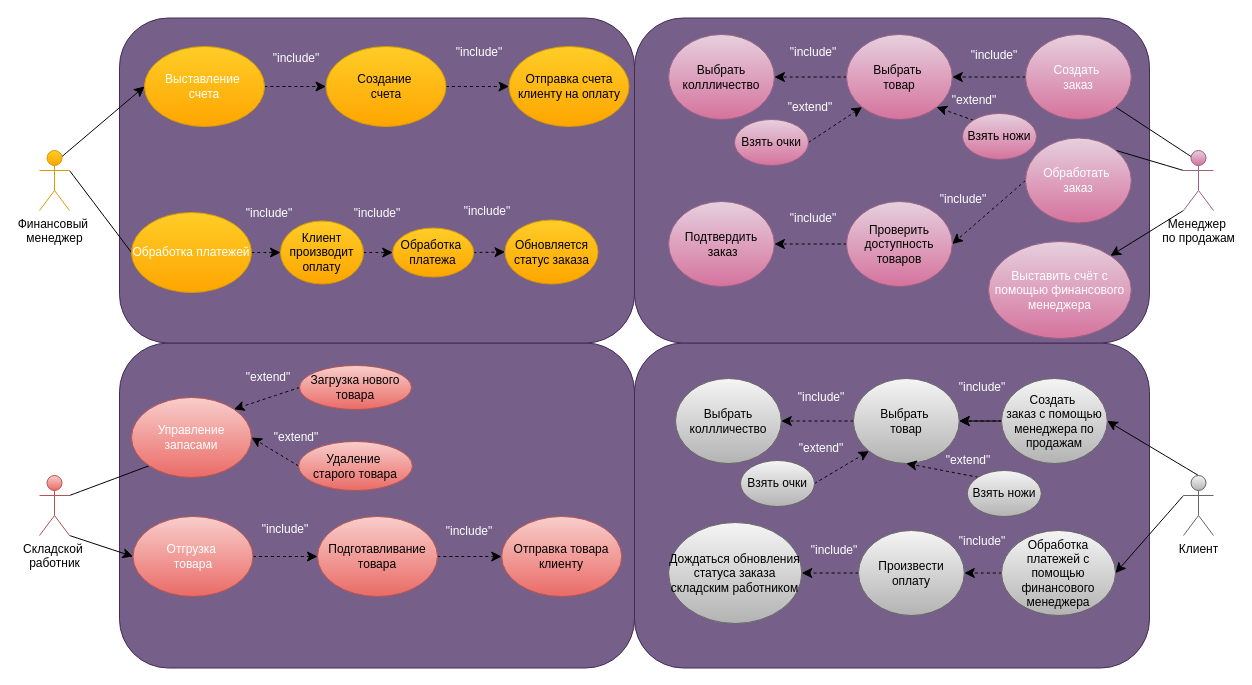
Earlier version of the draw.io diagram Pract2.drawio (Helpmepleaseitishard/Aikms). Source tidied: cells renumbered, new cells numbered last; positions are measured from the earlier drawing's top-left corner, leaving out a move shared by most shapes. Both pictures are drawn from the tidied source at 100%, with x=0, y=0 at pixel (39, 17).
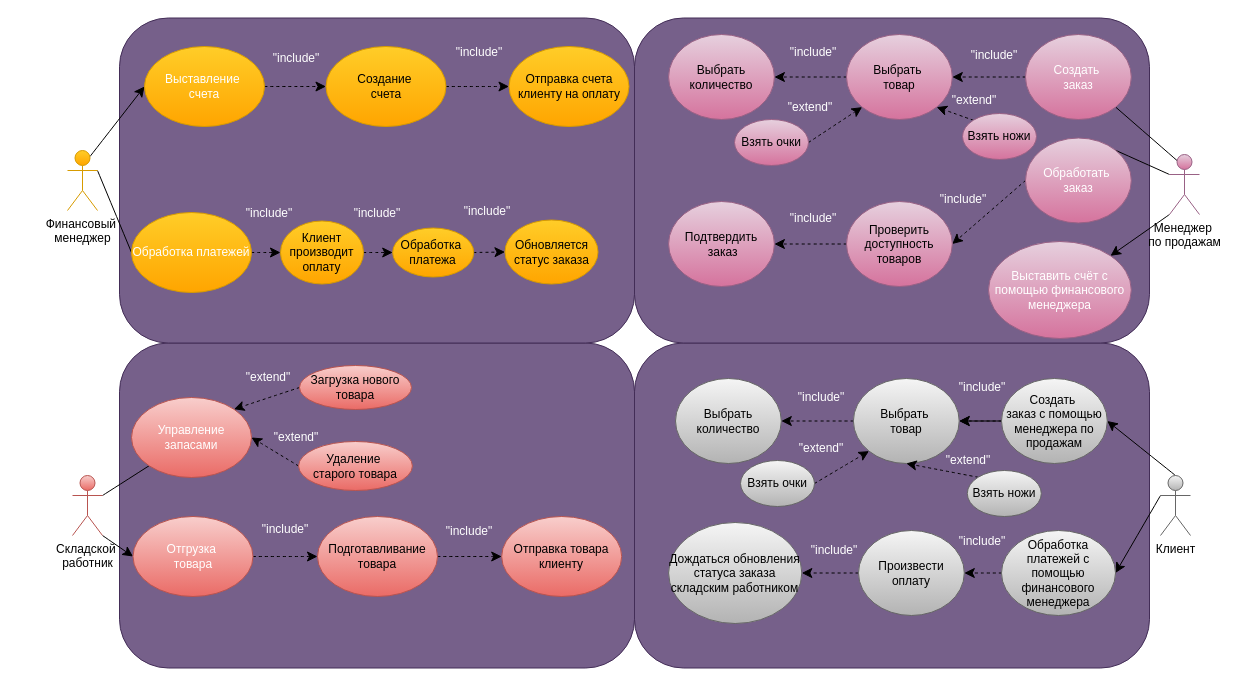
Above is the later version.

What changed in the source:
```diff
@@
     <mxCell id="8" value="&lt;div&gt;Финансовый&amp;nbsp;&lt;/div&gt;&lt;div&gt;менеджер&lt;/div&gt;" style="shape=umlActor;verticalLabelPosition=bottom;verticalAlign=top;html=1;outlineConnect=0;fillColor=#ffcd28;strokeColor=#d79b00;gradientColor=#ffa500;" parent="1" vertex="1">
-      <mxGeometry y="133" width="30" height="60" as="geometry" />
+      <mxGeometry x="28" y="133" width="30" height="60" as="geometry" />
     </mxCell>
@@
     <mxCell id="11" value="&lt;div&gt;Складской&amp;nbsp;&lt;/div&gt;&lt;div&gt;работник&lt;/div&gt;" style="shape=umlActor;verticalLabelPosition=bottom;verticalAlign=top;html=1;outlineConnect=0;fillColor=#f8cecc;strokeColor=#b85450;gradientColor=#ea6b66;" parent="1" vertex="1">
-      <mxGeometry y="458" width="30" height="60" as="geometry" />
+      <mxGeometry x="33" y="458" width="30" height="60" as="geometry" />
     </mxCell>
@@
     <mxCell id="15" value="&lt;div&gt;Менеджер&amp;nbsp;&lt;/div&gt;&lt;div&gt;по продажам&lt;/div&gt;" style="shape=umlActor;verticalLabelPosition=bottom;verticalAlign=top;html=1;outlineConnect=0;fillColor=#e6d0de;strokeColor=#996185;gradientColor=#d5739d;" parent="1" vertex="1">
-      <mxGeometry x="1144" y="133" width="30" height="60" as="geometry" />
+      <mxGeometry x="1130" y="137" width="30" height="60" as="geometry" />
     </mxCell>
@@
     <mxCell id="18" value="Клиент" style="shape=umlActor;verticalLabelPosition=bottom;verticalAlign=top;html=1;outlineConnect=0;fillColor=#f5f5f5;strokeColor=#666666;gradientColor=#b3b3b3;" parent="1" vertex="1">
-      <mxGeometry x="1144" y="458" width="30" height="60" as="geometry" />
+      <mxGeometry x="1121" y="458" width="30" height="60" as="geometry" />
     </mxCell>
@@
-    <mxCell id="28" value="Выбрать коллличество" style="ellipse;whiteSpace=wrap;html=1;fillColor=#e6d0de;strokeColor=#996185;gradientColor=#d5739d;" parent="1" vertex="1">
+    <mxCell id="28" value="Выбрать количество" style="ellipse;whiteSpace=wrap;html=1;fillColor=#e6d0de;strokeColor=#996185;gradientColor=#d5739d;" parent="1" vertex="1">
       <mxGeometry x="629.1" y="17" width="105.8" height="85" as="geometry" />
     </mxCell>
@@
-    <mxCell id="63" value="&lt;div&gt;Дождаться обновления статуса заказа&lt;/div&gt;&lt;div&gt;складским работником&lt;br&gt;&lt;/div&gt;" style="ellipse;whiteSpace=wrap;html=1;fillColor=#f5f5f5;strokeColor=#666666;gradientColor=#b3b3b3;" parent="1" vertex="1">
+    <mxCell id="63" value="&lt;div&gt;Дождаться обновления статуса заказа складским работником&lt;br&gt;&lt;/div&gt;" style="ellipse;whiteSpace=wrap;html=1;fillColor=#f5f5f5;strokeColor=#666666;gradientColor=#b3b3b3;" parent="1" vertex="1">
       <mxGeometry x="629.1" y="505" width="133.2" height="101" as="geometry" />
     </mxCell>
@@
-    <mxCell id="66" value="Выбрать коллличество" style="ellipse;whiteSpace=wrap;html=1;fillColor=#f5f5f5;strokeColor=#666666;gradientColor=#b3b3b3;" parent="1" vertex="1">
+    <mxCell id="66" value="Выбрать количество" style="ellipse;whiteSpace=wrap;html=1;fillColor=#f5f5f5;strokeColor=#666666;gradientColor=#b3b3b3;" parent="1" vertex="1">
       <mxGeometry x="636" y="361" width="105.8" height="85" as="geometry" />
     </mxCell>
```
